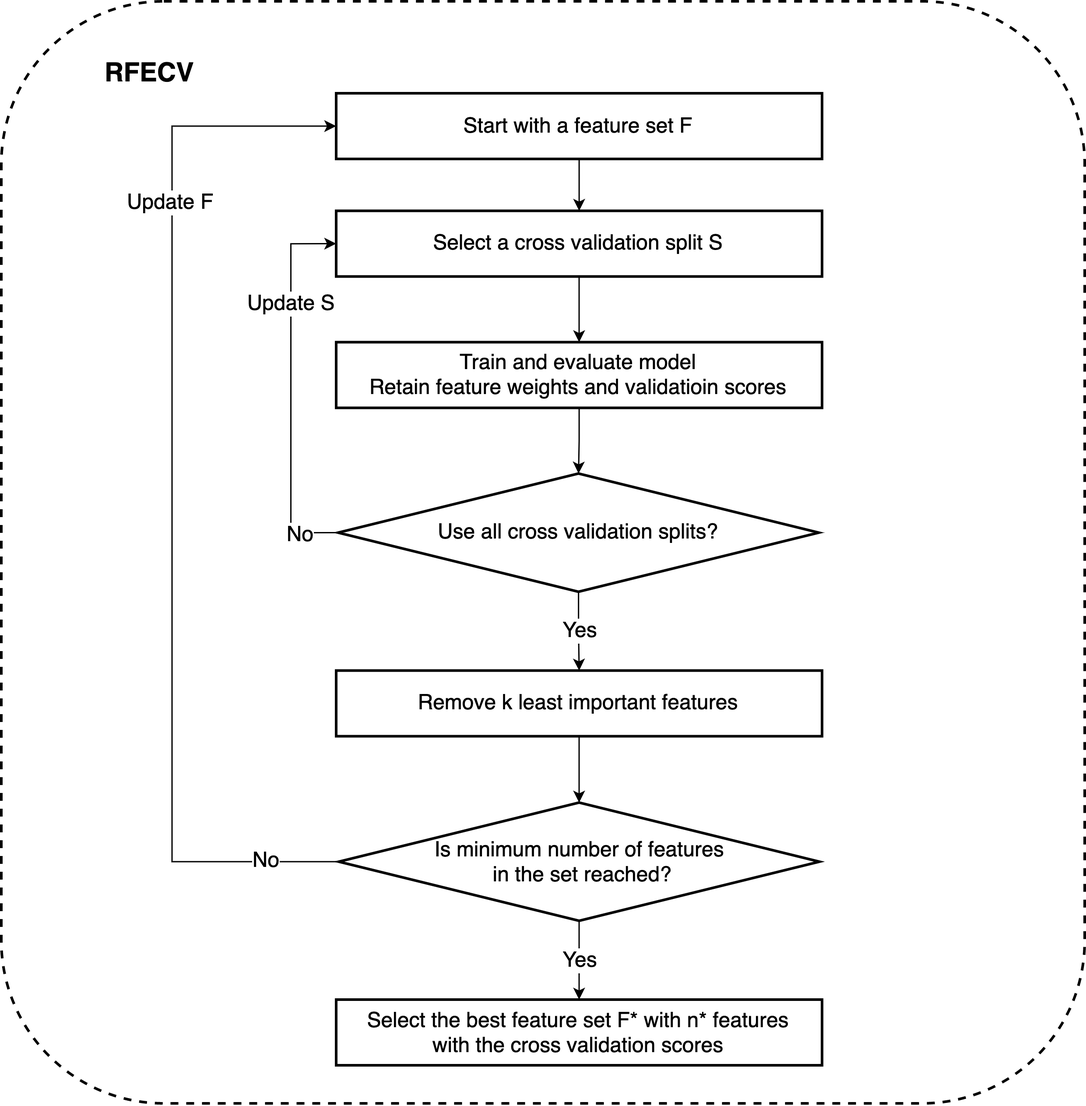
Above: fig/rfecv.png in mhhsu2/min-ms-thesis (draw.io), before the change. Source tidied: cells renumbered, new cells last; positions are measured from the earlier drawing's top-left corner, leaving out a move shared by most shapes.
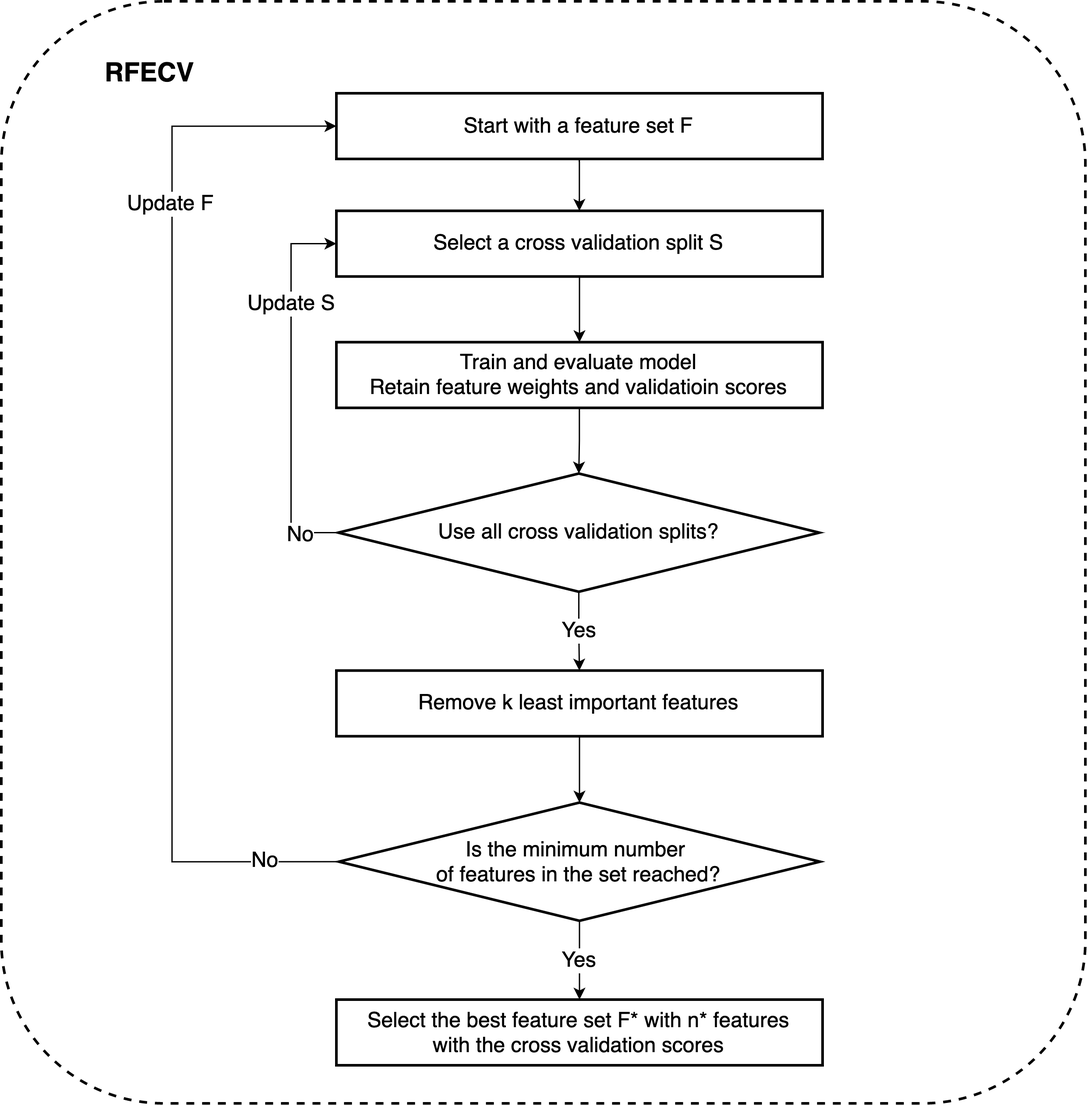
The same diagram one commit later.

Diff of the diagram source:
```diff
@@ -74,7 +74,7 @@
     <mxCell id="21" value="No" style="edgeLabel;html=1;align=center;verticalAlign=middle;fontSize=16;" parent="19" vertex="1">
       <mxGeometry x="-0.86" y="-1" relative="1" as="geometry" />
     </mxCell>
-    <mxCell id="22" value="Is minimum number of features&lt;br&gt;&amp;nbsp;in the set reached?" style="strokeWidth=2;html=1;shape=mxgraph.flowchart.decision;whiteSpace=wrap;rounded=0;shadow=0;glass=1;sketch=0;fontSize=16;" parent="1" vertex="1">
+    <mxCell id="22" value="Is the minimum number &lt;br&gt;of features in the set reached?" style="strokeWidth=2;html=1;shape=mxgraph.flowchart.decision;whiteSpace=wrap;rounded=0;shadow=0;glass=1;sketch=0;fontSize=16;" parent="1" vertex="1">
       <mxGeometry x="256.5" y="610.5" width="366" height="90" as="geometry" />
     </mxCell>
   </root>
```
